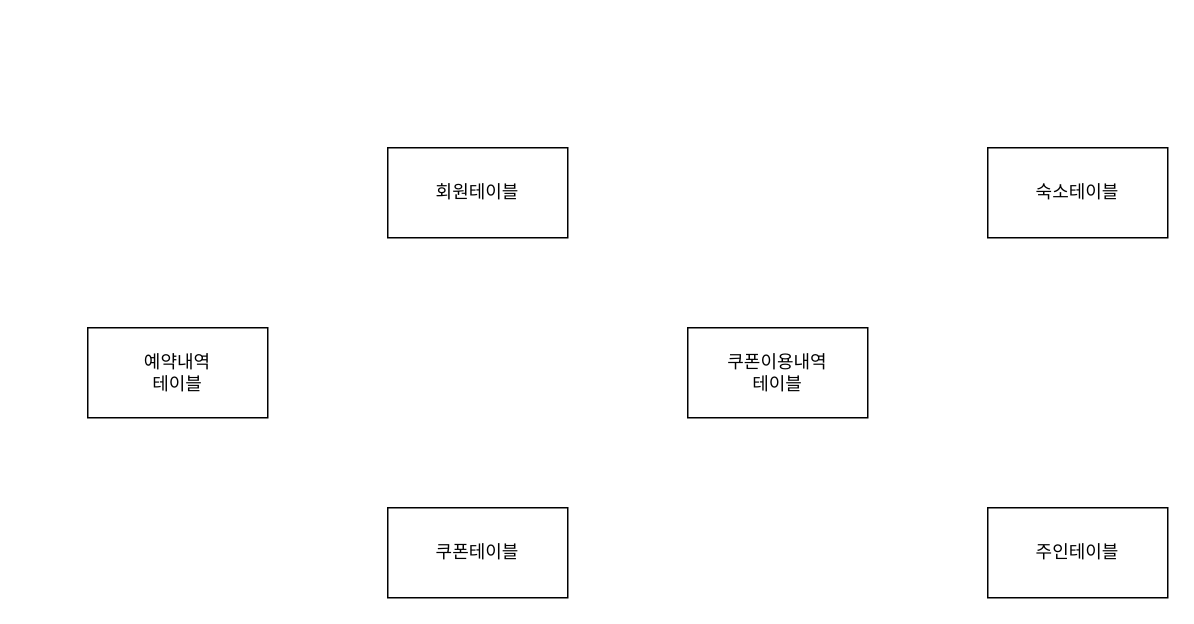
The draw.io diagram 제목 없는 다이어그램.drawio in bibi-boop/test, before the edit. Source tidied: cells renumbered, new cells numbered last; positions are measured from the earlier drawing's top-left corner, leaving out a move shared by most shapes. Both pictures are drawn from the tidied source at 150%, with x=0, y=0 at pixel (87, 147).
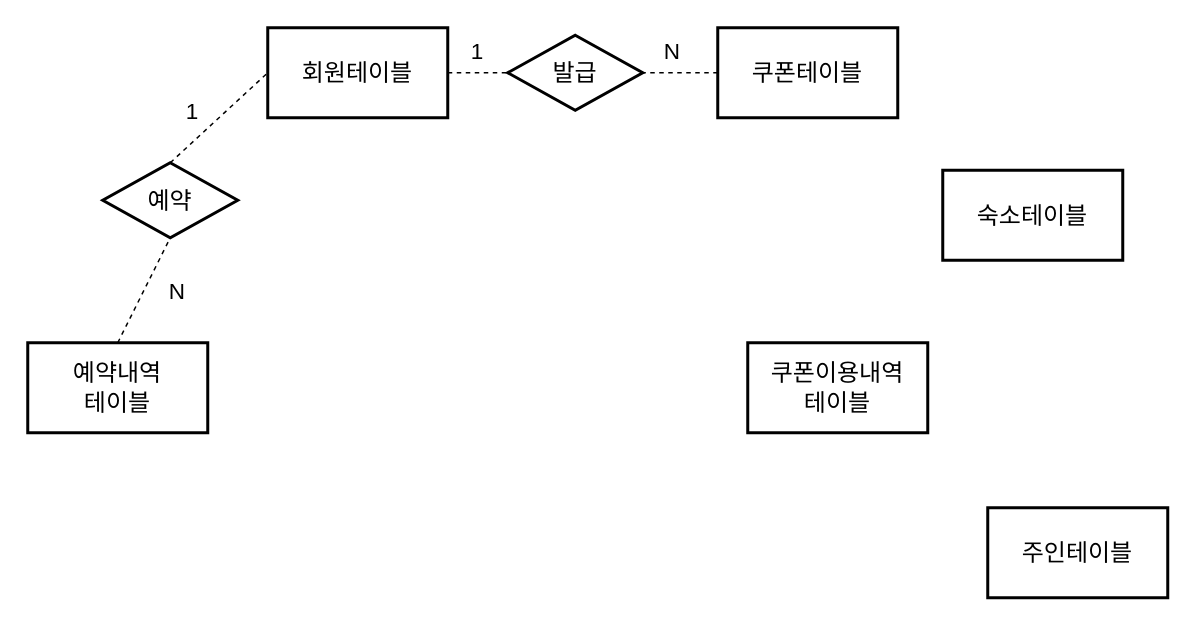
The same diagram, later.

Commit message (it also covers changes not shown here):
제목 없는 다이어그램.drawio 업데이트

Change to the diagram source:
```diff
@@
 <mxGraphModel>
   <root>
     <mxCell id="0" />
     <mxCell id="1" parent="0" />
-    <mxCell id="2" value="회원테이블" style="rounded=0;whiteSpace=wrap;html=1;" parent="1" vertex="1">
-      <mxGeometry x="200" width="120" height="60" as="geometry" />
+    <mxCell id="2" value="&lt;font style=&quot;font-size: 16px;&quot;&gt;회원테이블&lt;/font&gt;" style="rounded=0;whiteSpace=wrap;html=1;strokeWidth=2;" parent="1" vertex="1">
+      <mxGeometry x="120" y="-80" width="120" height="60" as="geometry" />
     </mxCell>
-    <mxCell id="3" value="주인테이블" style="rounded=0;whiteSpace=wrap;html=1;" parent="1" vertex="1">
+    <mxCell id="3" value="&lt;font style=&quot;font-size: 16px;&quot;&gt;주인테이블&lt;/font&gt;" style="rounded=0;whiteSpace=wrap;html=1;strokeWidth=2;" parent="1" vertex="1">
       <mxGeometry x="600" y="240" width="120" height="60" as="geometry" />
     </mxCell>
-    <mxCell id="4" value="쿠폰테이블" style="rounded=0;whiteSpace=wrap;html=1;" parent="1" vertex="1">
-      <mxGeometry x="200" y="240" width="120" height="60" as="geometry" />
+    <mxCell id="4" value="&lt;font style=&quot;font-size: 16px;&quot;&gt;쿠폰테이블&lt;/font&gt;" style="rounded=0;whiteSpace=wrap;html=1;strokeWidth=2;" parent="1" vertex="1">
+      <mxGeometry x="420" y="-80" width="120" height="60" as="geometry" />
     </mxCell>
-    <mxCell id="5" value="숙소테이블" style="rounded=0;whiteSpace=wrap;html=1;" parent="1" vertex="1">
-      <mxGeometry x="600" width="120" height="60" as="geometry" />
+    <mxCell id="5" value="&lt;font style=&quot;font-size: 16px;&quot;&gt;숙소테이블&lt;/font&gt;" style="rounded=0;whiteSpace=wrap;html=1;strokeWidth=2;" parent="1" vertex="1">
+      <mxGeometry x="570" y="15" width="120" height="60" as="geometry" />
     </mxCell>
-    <mxCell id="6" value="쿠폰이용내역&lt;div&gt;테이블&lt;/div&gt;" style="rounded=0;whiteSpace=wrap;html=1;" parent="1" vertex="1">
-      <mxGeometry x="400" y="120" width="120" height="60" as="geometry" />
+    <mxCell id="6" value="&lt;font style=&quot;font-size: 16px;&quot;&gt;쿠폰이용내역&lt;/font&gt;&lt;div&gt;&lt;font style=&quot;font-size: 16px;&quot;&gt;테이블&lt;/font&gt;&lt;/div&gt;" style="rounded=0;whiteSpace=wrap;html=1;strokeWidth=2;" parent="1" vertex="1">
+      <mxGeometry x="440" y="130" width="120" height="60" as="geometry" />
     </mxCell>
-    <mxCell id="7" value="예약내역&lt;div&gt;테이블&lt;/div&gt;" style="rounded=0;whiteSpace=wrap;html=1;" parent="1" vertex="1">
-      <mxGeometry y="120" width="120" height="60" as="geometry" />
+    <mxCell id="7" value="&lt;font style=&quot;font-size: 16px;&quot;&gt;예약내역&lt;/font&gt;&lt;div&gt;&lt;font style=&quot;font-size: 16px;&quot;&gt;테이블&lt;/font&gt;&lt;/div&gt;" style="rounded=0;whiteSpace=wrap;html=1;strokeWidth=2;" parent="1" vertex="1">
+      <mxGeometry x="-40" y="130" width="120" height="60" as="geometry" />
     </mxCell>
+    <mxCell id="8" value="&lt;font style=&quot;font-size: 16px;&quot;&gt;예약&lt;/font&gt;" style="rhombus;whiteSpace=wrap;html=1;strokeWidth=2;" parent="1" vertex="1">
+      <mxGeometry x="10" y="10" width="90" height="50" as="geometry" />
+    </mxCell>
+    <mxCell id="9" style="endArrow=none;dashed=1;html=1;rounded=0;entryX=0;entryY=0.5;entryDx=0;entryDy=0;exitX=0.5;exitY=0;exitDx=0;exitDy=0;" parent="1" edge="1" source="8" target="2">
+      <mxGeometry relative="1" as="geometry" />
+    </mxCell>
+    <mxCell id="10" style="endArrow=none;dashed=1;html=1;rounded=0;entryX=0.5;entryY=1;entryDx=0;entryDy=0;exitX=0.5;exitY=0;exitDx=0;exitDy=0;" parent="1" edge="1" source="7" target="8">
+      <mxGeometry relative="1" as="geometry" />
+    </mxCell>
+    <mxCell id="11" value="&lt;font style=&quot;font-size: 15px;&quot;&gt;1&lt;/font&gt;" style="text;html=1;align=center;verticalAlign=middle;whiteSpace=wrap;rounded=0;" parent="1" vertex="1">
+      <mxGeometry x="40" y="-40" width="60" height="30" as="geometry" />
+    </mxCell>
+    <mxCell id="12" value="&lt;span style=&quot;font-size: 15px;&quot;&gt;N&lt;/span&gt;" style="text;html=1;align=center;verticalAlign=middle;whiteSpace=wrap;rounded=0;" parent="1" vertex="1">
+      <mxGeometry x="360" y="-80" width="60" height="30" as="geometry" />
+    </mxCell>
+    <mxCell id="13" value="&lt;span style=&quot;font-size: 16px;&quot;&gt;발급&lt;/span&gt;" style="rhombus;whiteSpace=wrap;html=1;strokeWidth=2;" parent="1" vertex="1">
+      <mxGeometry x="280" y="-75" width="90" height="50" as="geometry" />
+    </mxCell>
+    <mxCell id="14" style="endArrow=none;dashed=1;html=1;rounded=0;exitX=1;exitY=0.5;exitDx=0;exitDy=0;entryX=0;entryY=0.5;entryDx=0;entryDy=0;" parent="1" edge="1" source="2" target="13">
+      <mxGeometry relative="1" as="geometry">
+        <Array as="points">
+          <mxPoint x="270" y="-50" />
+        </Array>
+      </mxGeometry>
+    </mxCell>
+    <mxCell id="15" value="&lt;font style=&quot;font-size: 15px;&quot;&gt;1&lt;/font&gt;" style="text;html=1;align=center;verticalAlign=middle;whiteSpace=wrap;rounded=0;" parent="1" vertex="1">
+      <mxGeometry x="230" y="-80" width="60" height="30" as="geometry" />
+    </mxCell>
+    <mxCell id="16" style="endArrow=none;dashed=1;html=1;rounded=0;entryX=1;entryY=0.5;entryDx=0;entryDy=0;exitX=1;exitY=1;exitDx=0;exitDy=0;" parent="1" edge="1" source="12" target="13">
+      <mxGeometry relative="1" as="geometry" />
+    </mxCell>
+    <mxCell id="17" value="&lt;span style=&quot;font-size: 15px;&quot;&gt;N&lt;/span&gt;" style="text;html=1;align=center;verticalAlign=middle;whiteSpace=wrap;rounded=0;" parent="1" vertex="1">
+      <mxGeometry x="30" y="80" width="60" height="30" as="geometry" />
+    </mxCell>
   </root>
 </mxGraphModel>
```
